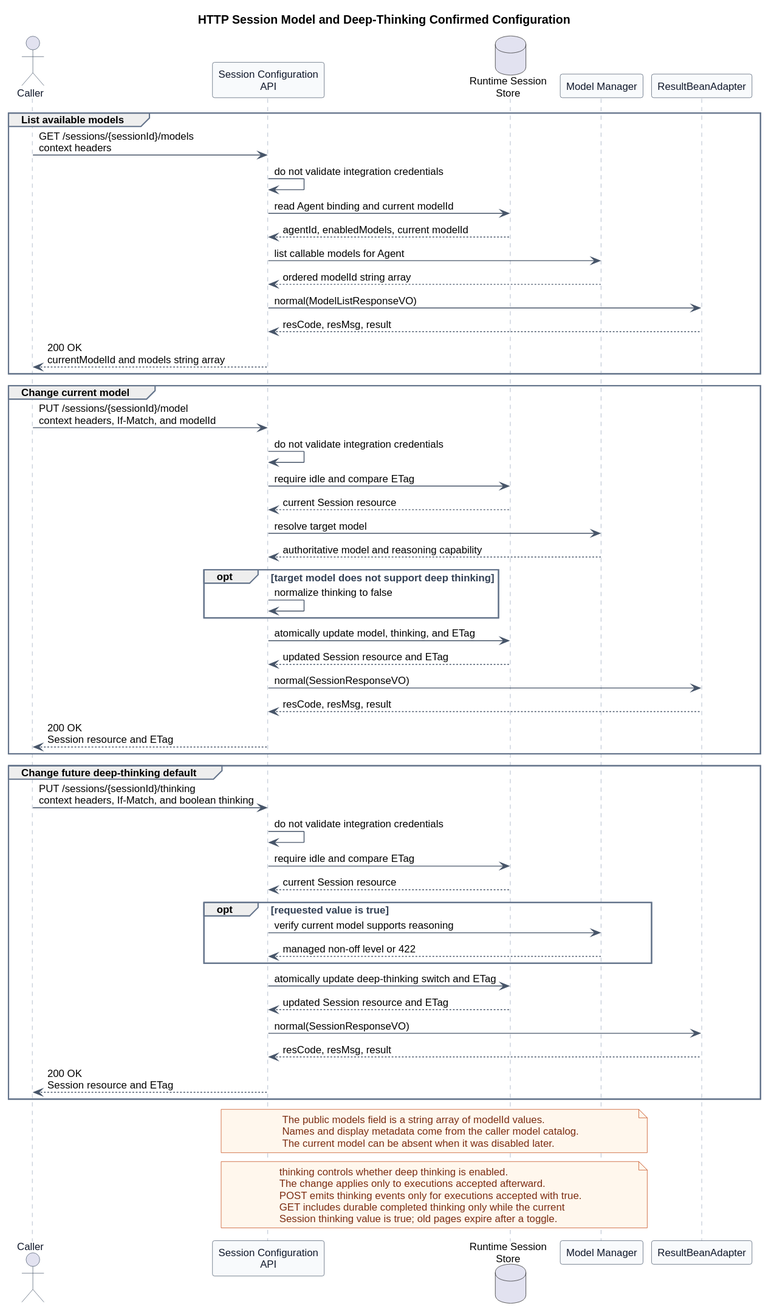
ssm0808/pi-mono-java-design keeps this PlantUML diagram as pi-mono-java-manager-driven-multi-agent-runtime/diagrams/session-configuration/http_session_model_configuration.svg. Above is the earlier version.
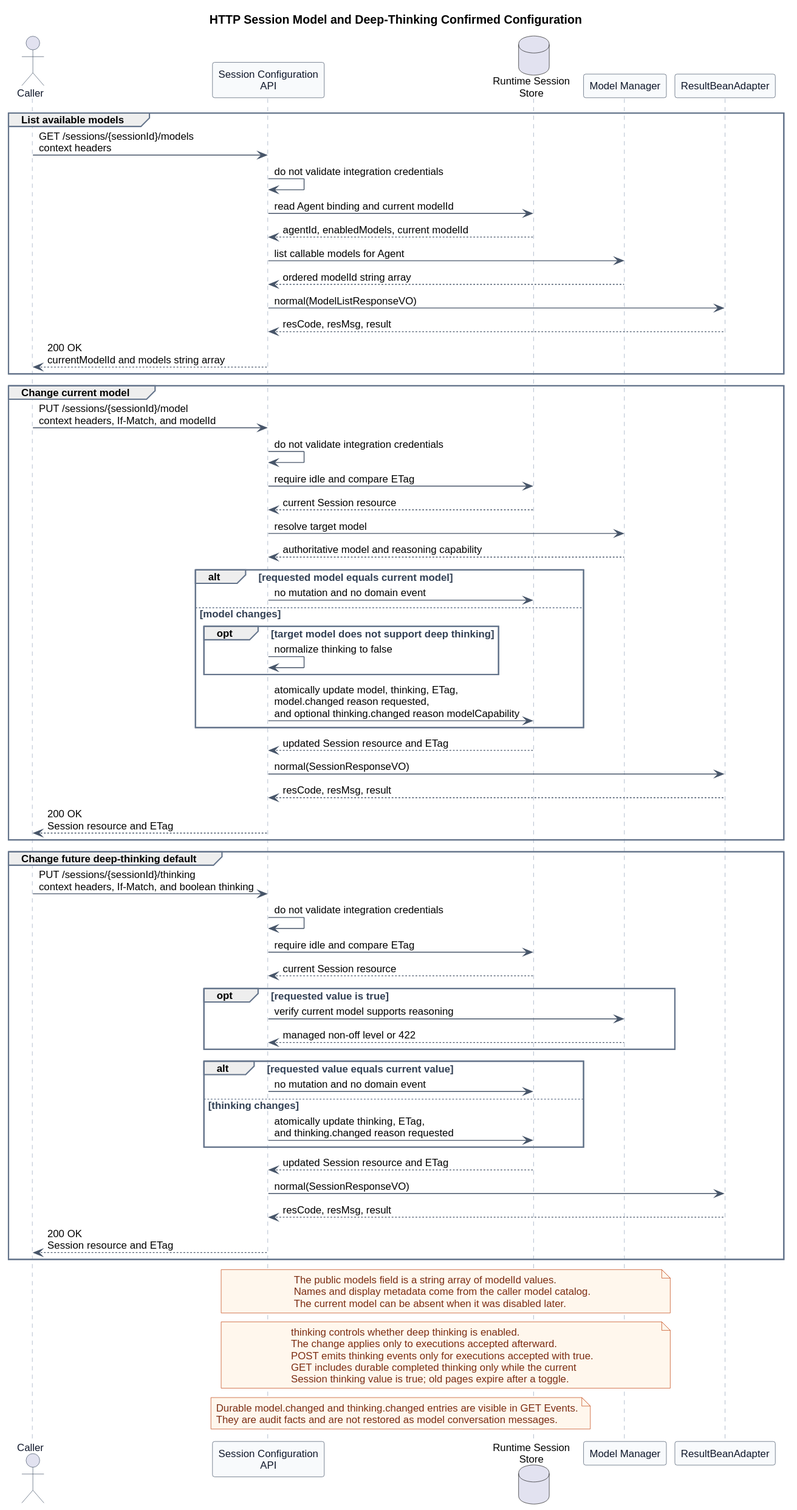
The same file after the commit.

Diff of the diagram source:
```diff
@@ -49,10 +49,14 @@
   Store --> API : current Session resource
   API -> Models : resolve target model
   Models --> API : authoritative model and reasoning capability
-  opt target model does not support deep thinking
-    API -> API : normalize thinking to false
+  alt requested model equals current model
+    API -> Store : no mutation and no domain event
+  else model changes
+    opt target model does not support deep thinking
+      API -> API : normalize thinking to false
+    end
+    API -> Store : atomically update model, thinking, ETag,\nmodel.changed reason requested,\nand optional thinking.changed reason modelCapability
   end
-  API -> Store : atomically update model, thinking, and ETag
   Store --> API : updated Session resource and ETag
   API -> ResultBeanAdapter : normal(SessionResponseVO)
   ResultBeanAdapter --> API : resCode, resMsg, result
@@ -68,7 +72,11 @@
     API -> Models : verify current model supports reasoning
     Models --> API : managed non-off level or 422
   end
-  API -> Store : atomically update deep-thinking switch and ETag
+  alt requested value equals current value
+    API -> Store : no mutation and no domain event
+  else thinking changes
+    API -> Store : atomically update thinking, ETag,\nand thinking.changed reason requested
+  end
   Store --> API : updated Session resource and ETag
   API -> ResultBeanAdapter : normal(SessionResponseVO)
   ResultBeanAdapter --> API : resCode, resMsg, result
@@ -88,4 +96,9 @@
 GET includes durable completed thinking only while the current
 Session thinking value is true; old pages expire after a toggle.
 end note
+
+note over API,Store
+Durable model.changed and thinking.changed entries are visible in GET Events.
+They are audit facts and are not restored as model conversation messages.
+end note
 @enduml
```
